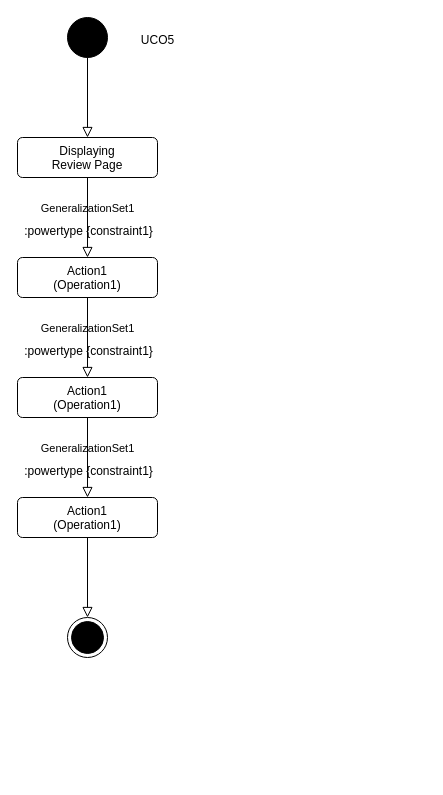
The draw.io diagram Case 5.drawio in AbdulmoizTalpur/Tutorial-week-3, before the edit. Source tidied: cells renumbered, new cells numbered last; positions are measured from the earlier drawing's top-left corner, leaving out a move shared by most shapes. Both pictures are drawn from the tidied source at 100%, with x=0, y=0 at pixel (17, 17).
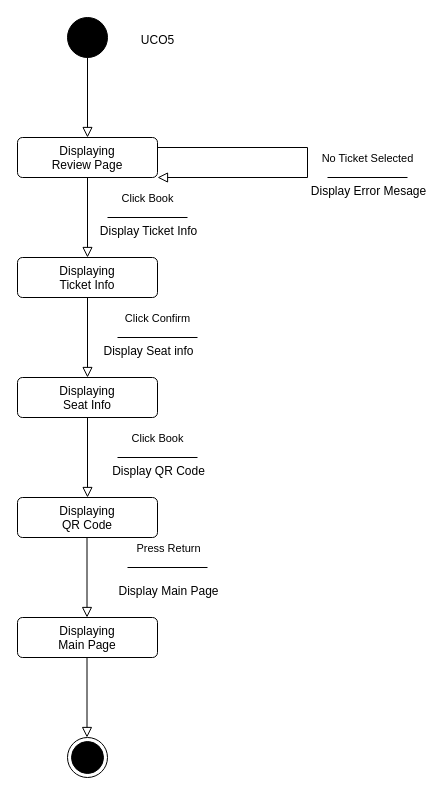
Above is the later version.

The change refers to these unchanged cells:
```xml
<mxCell id="18" value="Displaying&lt;div&gt;Review Page&lt;/div&gt;" style="html=1;align=center;verticalAlign=top;rounded=1;absoluteArcSize=1;arcSize=10;dashed=0;whiteSpace=wrap;" parent="1" vertex="1">
  <mxGeometry y="120" width="140" height="40" as="geometry" />
</mxCell>
```

The edit, as a diff of the source:
```diff
@@
     <mxCell id="3" style="ellipse;html=1;shape=endState;fillColor=strokeColor;" parent="1" vertex="1">
-      <mxGeometry x="50" y="600" width="40" height="40" as="geometry" />
+      <mxGeometry x="50" y="720" width="40" height="40" as="geometry" />
     </mxCell>
@@
-    <mxCell id="7" value="Action1&lt;br&gt;(Operation1)" style="html=1;align=center;verticalAlign=top;rounded=1;absoluteArcSize=1;arcSize=10;dashed=0;whiteSpace=wrap;" parent="1" vertex="1">
+    <mxCell id="7" value="Displaying&lt;br&gt;QR Code" style="html=1;align=center;verticalAlign=top;rounded=1;absoluteArcSize=1;arcSize=10;dashed=0;whiteSpace=wrap;" parent="1" vertex="1">
       <mxGeometry y="480" width="140" height="40" as="geometry" />
     </mxCell>
     <mxCell id="8" style="endArrow=block;html=1;rounded=0;align=center;verticalAlign=bottom;endFill=0;labelBackgroundColor=none;endSize=8;" parent="1" edge="1">
       <mxGeometry relative="1" as="geometry">
-        <mxPoint x="70" y="520" as="sourcePoint" />
-        <mxPoint x="70" y="600" as="targetPoint" />
+        <mxPoint x="69.5" y="640" as="sourcePoint" />
+        <mxPoint x="69.5" y="720" as="targetPoint" />
       </mxGeometry>
     </mxCell>
@@
-    <mxCell id="10" value="GeneralizationSet1" style="endArrow=block;html=1;rounded=0;align=center;verticalAlign=bottom;endFill=0;labelBackgroundColor=none;endSize=8;exitX=0.5;exitY=1;exitDx=0;exitDy=0;" parent="1" edge="1" source="16">
-      <mxGeometry relative="1" as="geometry">
+    <mxCell id="10" value="Click Book" style="endArrow=block;html=1;rounded=0;align=center;verticalAlign=bottom;endFill=0;labelBackgroundColor=none;endSize=8;exitX=0.5;exitY=1;exitDx=0;exitDy=0;" parent="1" edge="1" source="16">
+      <mxGeometry x="-0.25" y="70" relative="1" as="geometry">
         <mxPoint x="70" y="480" as="targetPoint" />
       </mxGeometry>
     </mxCell>
-    <mxCell id="11" value=":powertype {constraint1}" style="html=1;align=center;verticalAlign=top;labelBackgroundColor=none;" parent="10" vertex="1">
-      <mxGeometry relative="1" as="geometry" />
+    <mxCell id="11" value="Display QR Code" style="html=1;align=center;verticalAlign=top;labelBackgroundColor=none;" parent="10" vertex="1">
+      <mxGeometry relative="1" as="geometry">
+        <mxPoint x="70" as="offset" />
+      </mxGeometry>
     </mxCell>
-    <mxCell id="12" value="GeneralizationSet1" style="endArrow=block;html=1;rounded=0;align=center;verticalAlign=bottom;endFill=0;labelBackgroundColor=none;endSize=8;" parent="1" edge="1">
-      <mxGeometry relative="1" as="geometry">
+    <mxCell id="12" value="Click Confirm" style="endArrow=block;html=1;rounded=0;align=center;verticalAlign=bottom;endFill=0;labelBackgroundColor=none;endSize=8;" parent="1" edge="1">
+      <mxGeometry x="-0.25" y="70" relative="1" as="geometry">
         <mxPoint x="70" y="280" as="sourcePoint" />
         <mxPoint x="70" y="360" as="targetPoint" />
       </mxGeometry>
     </mxCell>
-    <mxCell id="13" value=":powertype {constraint1}" style="html=1;align=center;verticalAlign=top;labelBackgroundColor=none;" parent="12" vertex="1">
-      <mxGeometry relative="1" as="geometry" />
+    <mxCell id="13" value="Display Seat info" style="html=1;align=center;verticalAlign=top;labelBackgroundColor=none;" parent="12" vertex="1">
+      <mxGeometry relative="1" as="geometry">
+        <mxPoint x="60" as="offset" />
+      </mxGeometry>
     </mxCell>
-    <mxCell id="14" value="GeneralizationSet1" style="endArrow=block;html=1;rounded=0;align=center;verticalAlign=bottom;endFill=0;labelBackgroundColor=none;endSize=8;" parent="1" edge="1">
-      <mxGeometry relative="1" as="geometry">
+    <mxCell id="14" value="Click Book" style="endArrow=block;html=1;rounded=0;align=center;verticalAlign=bottom;endFill=0;labelBackgroundColor=none;endSize=8;" parent="1" edge="1">
+      <mxGeometry x="-0.25" y="60" relative="1" as="geometry">
         <mxPoint x="70" y="160" as="sourcePoint" />
         <mxPoint x="70" y="240" as="targetPoint" />
       </mxGeometry>
     </mxCell>
-    <mxCell id="15" value=":powertype {constraint1}" style="html=1;align=center;verticalAlign=top;labelBackgroundColor=none;" parent="14" vertex="1">
-      <mxGeometry relative="1" as="geometry" />
+    <mxCell id="15" value="Display Ticket Info" style="html=1;align=center;verticalAlign=top;labelBackgroundColor=none;" parent="14" vertex="1">
+      <mxGeometry relative="1" as="geometry">
+        <mxPoint x="60" as="offset" />
+      </mxGeometry>
     </mxCell>
-    <mxCell id="16" value="Action1&lt;br&gt;(Operation1)" style="html=1;align=center;verticalAlign=top;rounded=1;absoluteArcSize=1;arcSize=10;dashed=0;whiteSpace=wrap;" parent="1" vertex="1">
+    <mxCell id="16" value="Displaying&lt;br&gt;Seat Info" style="html=1;align=center;verticalAlign=top;rounded=1;absoluteArcSize=1;arcSize=10;dashed=0;whiteSpace=wrap;" parent="1" vertex="1">
       <mxGeometry y="360" width="140" height="40" as="geometry" />
     </mxCell>
-    <mxCell id="17" value="Action1&lt;br&gt;(Operation1)" style="html=1;align=center;verticalAlign=top;rounded=1;absoluteArcSize=1;arcSize=10;dashed=0;whiteSpace=wrap;" parent="1" vertex="1">
+    <mxCell id="17" value="Displaying&lt;br&gt;Ticket Info" style="html=1;align=center;verticalAlign=top;rounded=1;absoluteArcSize=1;arcSize=10;dashed=0;whiteSpace=wrap;" parent="1" vertex="1">
       <mxGeometry y="240" width="140" height="40" as="geometry" />
     </mxCell>
@@
+    <mxCell id="19" value="Displaying&lt;br&gt;Main Page" style="html=1;align=center;verticalAlign=top;rounded=1;absoluteArcSize=1;arcSize=10;dashed=0;whiteSpace=wrap;" parent="1" vertex="1">
+      <mxGeometry y="600" width="140" height="40" as="geometry" />
+    </mxCell>
+    <mxCell id="20" value="Press Return" style="endArrow=block;html=1;rounded=0;align=center;verticalAlign=bottom;endFill=0;labelBackgroundColor=none;endSize=8;exitX=0.5;exitY=1;exitDx=0;exitDy=0;" parent="1" edge="1">
+      <mxGeometry x="-0.5" y="81" relative="1" as="geometry">
+        <mxPoint x="69.5" y="520" as="sourcePoint" />
+        <mxPoint x="69.5" y="600" as="targetPoint" />
+      </mxGeometry>
+    </mxCell>
+    <mxCell id="21" value="Display Main Page" style="html=1;align=center;verticalAlign=top;labelBackgroundColor=none;" parent="20" vertex="1">
+      <mxGeometry relative="1" as="geometry">
+        <mxPoint x="81" as="offset" />
+      </mxGeometry>
+    </mxCell>
+    <mxCell id="22" value="No Ticket Selected" style="endArrow=block;html=1;rounded=0;align=center;verticalAlign=bottom;endFill=0;labelBackgroundColor=none;endSize=8;exitX=1;exitY=0.25;exitDx=0;exitDy=0;entryX=1;entryY=1;entryDx=0;entryDy=0;" parent="1" edge="1" source="18" target="18">
+      <mxGeometry x="0.03" y="60" relative="1" as="geometry">
+        <Array as="points">
+          <mxPoint x="290" y="130" />
+          <mxPoint x="290" y="160" />
+        </Array>
+      </mxGeometry>
+    </mxCell>
+    <mxCell id="23" value="Display Error Mesage" style="html=1;align=center;verticalAlign=top;labelBackgroundColor=none;" parent="22" vertex="1">
+      <mxGeometry relative="1" as="geometry">
+        <mxPoint x="60" y="15" as="offset" />
+      </mxGeometry>
+    </mxCell>
+    <mxCell id="24" style="endArrow=none;html=1;endSize=12;startArrow=none;startSize=14;startFill=0;edgeStyle=orthogonalEdgeStyle;align=center;verticalAlign=bottom;endFill=0;rounded=0;" parent="1" edge="1">
+      <mxGeometry y="3" relative="1" as="geometry">
+        <mxPoint x="110" y="550" as="sourcePoint" />
+        <mxPoint x="190" y="550" as="targetPoint" />
+      </mxGeometry>
+    </mxCell>
+    <mxCell id="25" style="endArrow=none;html=1;endSize=12;startArrow=none;startSize=14;startFill=0;edgeStyle=orthogonalEdgeStyle;align=center;verticalAlign=bottom;endFill=0;rounded=0;" parent="1" edge="1">
+      <mxGeometry y="3" relative="1" as="geometry">
+        <mxPoint x="100" y="440" as="sourcePoint" />
+        <mxPoint x="180" y="440" as="targetPoint" />
+      </mxGeometry>
+    </mxCell>
+    <mxCell id="26" style="endArrow=none;html=1;endSize=12;startArrow=none;startSize=14;startFill=0;edgeStyle=orthogonalEdgeStyle;align=center;verticalAlign=bottom;endFill=0;rounded=0;" parent="1" edge="1">
+      <mxGeometry y="3" relative="1" as="geometry">
+        <mxPoint x="100" y="320" as="sourcePoint" />
+        <mxPoint x="180" y="320" as="targetPoint" />
+      </mxGeometry>
+    </mxCell>
+    <mxCell id="27" style="endArrow=none;html=1;endSize=12;startArrow=none;startSize=14;startFill=0;edgeStyle=orthogonalEdgeStyle;align=center;verticalAlign=bottom;endFill=0;rounded=0;" parent="1" edge="1">
+      <mxGeometry y="3" relative="1" as="geometry">
+        <mxPoint x="310" y="160" as="sourcePoint" />
+        <mxPoint x="390" y="160" as="targetPoint" />
+      </mxGeometry>
+    </mxCell>
+    <mxCell id="28" style="endArrow=none;html=1;endSize=12;startArrow=none;startSize=14;startFill=0;edgeStyle=orthogonalEdgeStyle;align=center;verticalAlign=bottom;endFill=0;rounded=0;" parent="1" edge="1">
+      <mxGeometry y="3" relative="1" as="geometry">
+        <mxPoint x="90" y="200" as="sourcePoint" />
+        <mxPoint x="170" y="200" as="targetPoint" />
+      </mxGeometry>
+    </mxCell>
```
